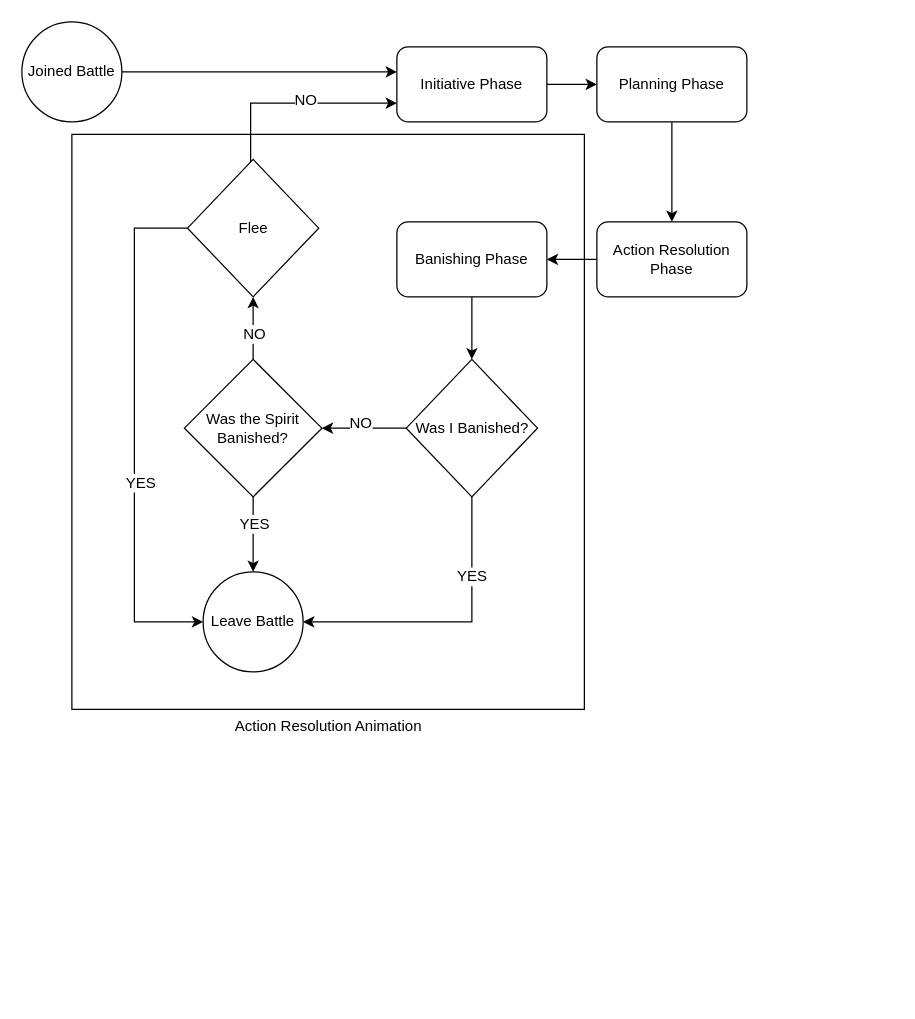
The draw.io diagram Documents/Diagrams/Turn Lifecycle.drawio in RaincrowStudios/CovensUnity, before the edit. Source tidied: cells renumbered, new cells numbered last; positions are measured from the earlier drawing's top-left corner, leaving out a move shared by most shapes. Both pictures are drawn from the tidied source at 125%, with x=0, y=0 at pixel (21, 21).
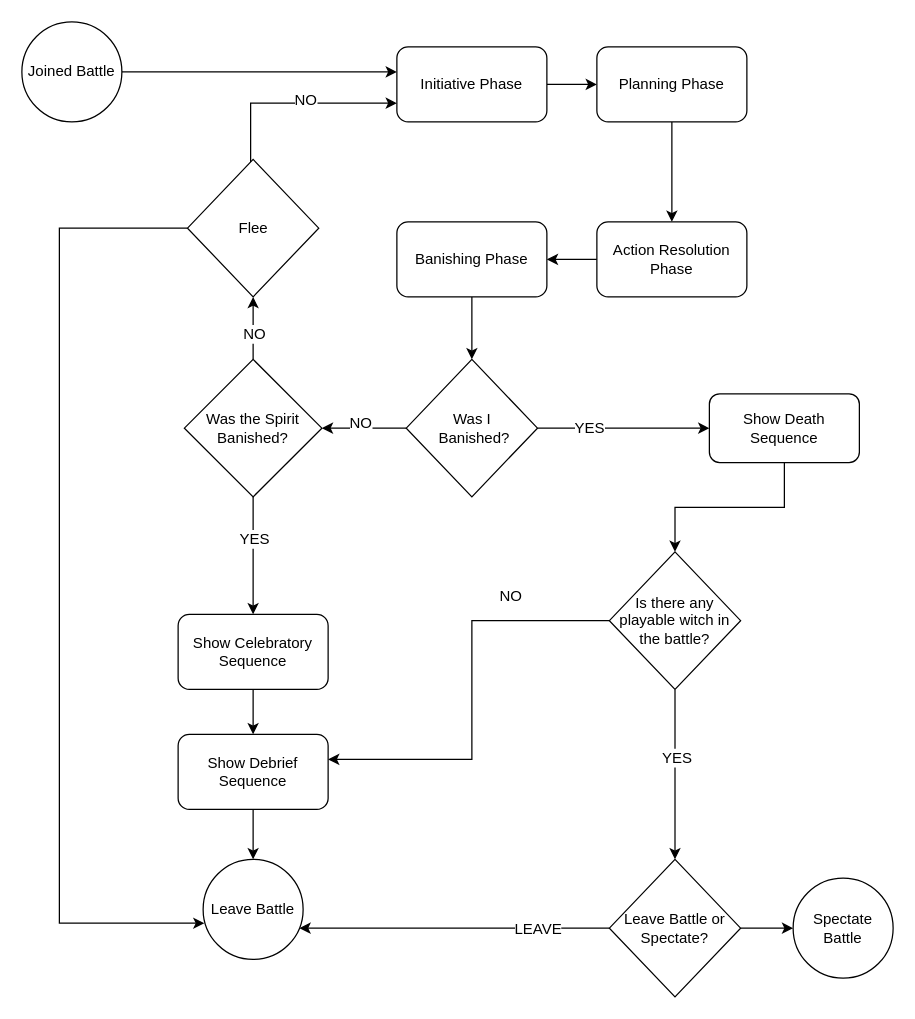
After the change.

The change refers to these unchanged cells:
```xml
<mxCell id="23" value="Was the Spirit Banished?" style="rhombus;whiteSpace=wrap;html=1;" parent="1" vertex="1">
  <mxGeometry x="130" y="270" width="110" height="110" as="geometry" />
</mxCell>
<mxCell id="28" value="Flee" style="rhombus;whiteSpace=wrap;html=1;" parent="1" vertex="1">
  <mxGeometry x="132.5" y="110" width="105" height="110" as="geometry" />
</mxCell>
```

Diff of the diagram source:
```diff
@@
-    <mxCell id="2" value="Action Resolution Animation" style="verticalLabelPosition=bottom;verticalAlign=top;html=1;shape=mxgraph.basic.rect;fillColor2=none;strokeWidth=1;size=20;indent=5;" parent="1" vertex="1">
-      <mxGeometry x="40" y="90" width="410" height="460" as="geometry" />
-    </mxCell>
@@
-    <mxCell id="5" value="Leave Battle" style="ellipse;whiteSpace=wrap;html=1;" parent="1" vertex="1">
-      <mxGeometry x="145" y="440" width="80" height="80" as="geometry" />
-    </mxCell>
@@
-    <mxCell id="16" style="edgeStyle=orthogonalEdgeStyle;rounded=0;jettySize=auto;html=1;entryX=1;entryY=0.5;entryDx=0;entryDy=0;" parent="1" edge="1" source="18" target="5">
-      <mxGeometry relative="1" as="geometry">
-        <Array as="points">
-          <mxPoint x="360" y="480" />
-        </Array>
-      </mxGeometry>
-    </mxCell>
-    <mxCell id="17" value="YES" style="text;html=1;align=center;verticalAlign=middle;labelBackgroundColor=#ffffff;" parent="16" vertex="1">
-      <mxGeometry x="-0.46" y="-1" relative="1" as="geometry" />
-    </mxCell>
+    <mxCell id="29" style="edgeStyle=orthogonalEdgeStyle;rounded=0;jettySize=auto;html=1;entryX=0;entryY=0.5;entryDx=0;entryDy=0;" parent="1" edge="1" source="18" target="36">
+      <mxGeometry relative="1" as="geometry" />
+    </mxCell>
+    <mxCell id="30" value="YES" style="text;html=1;align=center;verticalAlign=middle;labelBackgroundColor=#ffffff;" parent="29" vertex="1">
+      <mxGeometry x="-0.4" y="1" relative="1" as="geometry" />
+    </mxCell>
-    <mxCell id="18" value="Was I Banished?" style="rhombus;whiteSpace=wrap;html=1;" parent="1" vertex="1">
+    <mxCell id="18" value="Was I&lt;br&gt;&amp;nbsp;Banished?" style="rhombus;whiteSpace=wrap;html=1;" parent="1" vertex="1">
       <mxGeometry x="307.5" y="270" width="105" height="110" as="geometry" />
     </mxCell>
-    <mxCell id="19" style="edgeStyle=orthogonalEdgeStyle;rounded=0;jettySize=auto;html=1;" parent="1" edge="1" source="23" target="5">
+    <mxCell id="19" style="edgeStyle=orthogonalEdgeStyle;rounded=0;jettySize=auto;html=1;entryX=0.5;entryY=0;entryDx=0;entryDy=0;" parent="1" edge="1" source="23" target="32">
       <mxGeometry relative="1" as="geometry" />
     </mxCell>
@@
-    <mxCell id="26" style="edgeStyle=orthogonalEdgeStyle;rounded=0;jettySize=auto;html=1;entryX=0;entryY=0.5;entryDx=0;entryDy=0;" parent="1" edge="1" source="28" target="5">
+    <mxCell id="26" style="edgeStyle=orthogonalEdgeStyle;rounded=0;jettySize=auto;html=1;entryX=0.013;entryY=0.638;entryDx=0;entryDy=0;entryPerimeter=0;exitX=0;exitY=0.5;exitDx=0;exitDy=0;" parent="1" edge="1" source="28" target="5">
       <mxGeometry relative="1" as="geometry">
         <Array as="points">
-          <mxPoint x="90" y="165" />
-          <mxPoint x="90" y="480" />
+          <mxPoint x="30" y="165" />
+          <mxPoint x="30" y="721" />
         </Array>
       </mxGeometry>
     </mxCell>
-    <mxCell id="27" value="YES" style="text;html=1;align=center;verticalAlign=middle;labelBackgroundColor=#ffffff;" parent="26" vertex="1">
-      <mxGeometry x="0.19" y="4" relative="1" as="geometry">
-        <mxPoint y="1" as="offset" />
-      </mxGeometry>
-    </mxCell>
@@
+    <mxCell id="31" style="edgeStyle=orthogonalEdgeStyle;rounded=0;jettySize=auto;html=1;" parent="1" edge="1" source="32" target="34">
+      <mxGeometry relative="1" as="geometry" />
+    </mxCell>
+    <mxCell id="32" value="&lt;div&gt;Show Celebratory Sequence&lt;/div&gt;" style="rounded=1;whiteSpace=wrap;html=1;" parent="1" vertex="1">
+      <mxGeometry x="125" y="474" width="120" height="60" as="geometry" />
+    </mxCell>
+    <mxCell id="33" style="edgeStyle=orthogonalEdgeStyle;rounded=0;jettySize=auto;html=1;" parent="1" edge="1" source="34" target="5">
+      <mxGeometry relative="1" as="geometry" />
+    </mxCell>
+    <mxCell id="34" value="&lt;div&gt;Show Debrief Sequence&lt;/div&gt;" style="rounded=1;whiteSpace=wrap;html=1;" parent="1" vertex="1">
+      <mxGeometry x="125" y="570" width="120" height="60" as="geometry" />
+    </mxCell>
+    <mxCell id="5" value="Leave Battle" style="ellipse;whiteSpace=wrap;html=1;" parent="1" vertex="1">
+      <mxGeometry x="145" y="670" width="80" height="80" as="geometry" />
+    </mxCell>
+    <mxCell id="35" style="edgeStyle=orthogonalEdgeStyle;rounded=0;jettySize=auto;html=1;" parent="1" edge="1" source="36" target="44">
+      <mxGeometry relative="1" as="geometry" />
+    </mxCell>
+    <mxCell id="36" value="&lt;div&gt;Show Death Sequence&lt;/div&gt;" style="rounded=1;whiteSpace=wrap;html=1;" parent="1" vertex="1">
+      <mxGeometry x="550" y="297.5" width="120" height="55" as="geometry" />
+    </mxCell>
+    <mxCell id="37" style="edgeStyle=orthogonalEdgeStyle;rounded=0;jettySize=auto;html=1;" parent="1" edge="1" source="40" target="5">
+      <mxGeometry relative="1" as="geometry">
+        <Array as="points">
+          <mxPoint x="523" y="720" />
+        </Array>
+      </mxGeometry>
+    </mxCell>
+    <mxCell id="38" value="LEAVE" style="text;html=1;align=center;verticalAlign=middle;labelBackgroundColor=#ffffff;" parent="37" vertex="1">
+      <mxGeometry x="-0.59" y="-7" relative="1" as="geometry">
+        <mxPoint x="-7" y="7" as="offset" />
+      </mxGeometry>
+    </mxCell>
+    <mxCell id="39" style="edgeStyle=orthogonalEdgeStyle;rounded=0;jettySize=auto;html=1;" parent="1" edge="1" source="40" target="46">
+      <mxGeometry relative="1" as="geometry" />
+    </mxCell>
+    <mxCell id="40" value="Leave Battle or Spectate?" style="rhombus;whiteSpace=wrap;html=1;" parent="1" vertex="1">
+      <mxGeometry x="470" y="670" width="105" height="110" as="geometry" />
+    </mxCell>
+    <mxCell id="41" style="edgeStyle=orthogonalEdgeStyle;rounded=0;jettySize=auto;html=1;" parent="1" edge="1" source="44" target="40">
+      <mxGeometry relative="1" as="geometry" />
+    </mxCell>
+    <mxCell id="42" value="YES" style="text;html=1;align=center;verticalAlign=middle;labelBackgroundColor=#ffffff;" parent="41" vertex="1">
+      <mxGeometry x="-0.2" y="1" relative="1" as="geometry" />
+    </mxCell>
+    <mxCell id="43" style="edgeStyle=orthogonalEdgeStyle;rounded=0;jettySize=auto;html=1;" parent="1" edge="1" source="44" target="34">
+      <mxGeometry relative="1" as="geometry">
+        <Array as="points">
+          <mxPoint x="360" y="479" />
+          <mxPoint x="360" y="590" />
+        </Array>
+      </mxGeometry>
+    </mxCell>
+    <mxCell id="44" value="Is there any playable witch in the battle?" style="rhombus;whiteSpace=wrap;html=1;" parent="1" vertex="1">
+      <mxGeometry x="470" y="424" width="105" height="110" as="geometry" />
+    </mxCell>
+    <mxCell id="45" value="NO" style="text;html=1;align=center;verticalAlign=middle;" parent="1" vertex="1">
+      <mxGeometry x="376" y="450" width="30" height="20" as="geometry" />
+    </mxCell>
+    <mxCell id="46" value="Spectate Battle" style="ellipse;whiteSpace=wrap;html=1;" parent="1" vertex="1">
+      <mxGeometry x="617" y="685" width="80" height="80" as="geometry" />
+    </mxCell>
```
